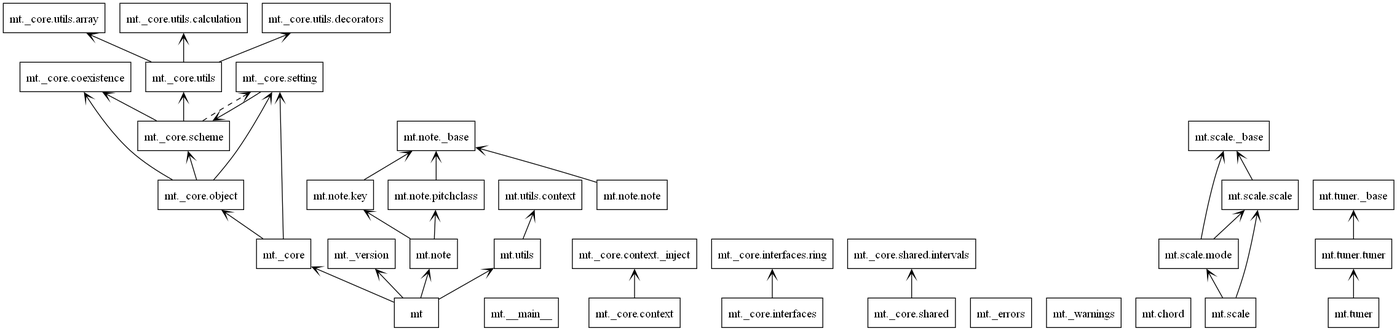
This is documents/design/class-diagram/packages.png from Oujox/aulos, a PlantUML export, as it was before one commit. Its source is kept beside it as documents/design/class-diagram/packages.puml.
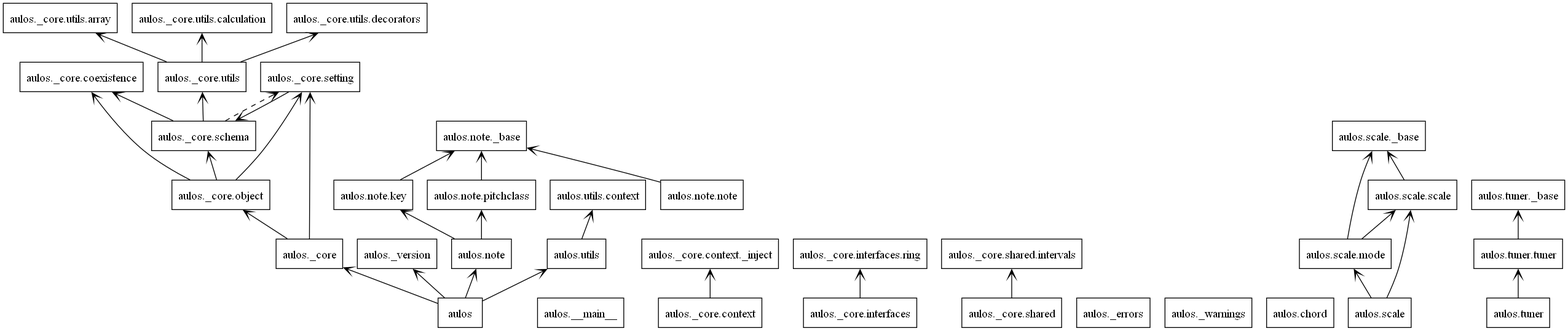
Later version of the same file.

Commit message:
class-diagram

What changed in the source:
```diff
@@ -1,105 +1,105 @@
 @startuml packages
 set namespaceSeparator none
-package "mt" as mt {
+package "aulos" as aulos {
 }
-package "mt.__main__" as mt.__main__ {
+package "aulos.__main__" as aulos.__main__ {
 }
-package "mt._core" as mt._core {
+package "aulos._core" as aulos._core {
 }
-package "mt._core.coexistence" as mt._core.coexistence {
+package "aulos._core.coexistence" as aulos._core.coexistence {
 }
-package "mt._core.context" as mt._core.context {
+package "aulos._core.context" as aulos._core.context {
 }
-package "mt._core.context._inject" as mt._core.context._inject {
+package "aulos._core.context._inject" as aulos._core.context._inject {
 }
-package "mt._core.interfaces" as mt._core.interfaces {
+package "aulos._core.interfaces" as aulos._core.interfaces {
 }
-package "mt._core.interfaces.ring" as mt._core.interfaces.ring {
+package "aulos._core.interfaces.ring" as aulos._core.interfaces.ring {
 }
-package "mt._core.object" as mt._core.object {
+package "aulos._core.object" as aulos._core.object {
 }
-package "mt._core.scheme" as mt._core.scheme {
+package "aulos._core.schema" as aulos._core.schema {
 }
-package "mt._core.setting" as mt._core.setting {
+package "aulos._core.setting" as aulos._core.setting {
 }
-package "mt._core.shared" as mt._core.shared {
+package "aulos._core.shared" as aulos._core.shared {
 }
-package "mt._core.shared.intervals" as mt._core.shared.intervals {
+package "aulos._core.shared.intervals" as aulos._core.shared.intervals {
 }
-package "mt._core.utils" as mt._core.utils {
+package "aulos._core.utils" as aulos._core.utils {
 }
-package "mt._core.utils.array" as mt._core.utils.array {
+package "aulos._core.utils.array" as aulos._core.utils.array {
 }
-package "mt._core.utils.calculation" as mt._core.utils.calculation {
+package "aulos._core.utils.calculation" as aulos._core.utils.calculation {
 }
-package "mt._core.utils.decorators" as mt._core.utils.decorators {
+package "aulos._core.utils.decorators" as aulos._core.utils.decorators {
 }
-package "mt._errors" as mt._errors {
+package "aulos._errors" as aulos._errors {
 }
-package "mt._version" as mt._version {
+package "aulos._version" as aulos._version {
 }
-package "mt._warnings" as mt._warnings {
+package "aulos._warnings" as aulos._warnings {
 }
-package "mt.chord" as mt.chord {
+package "aulos.chord" as aulos.chord {
 }
-package "mt.note" as mt.note {
+package "aulos.note" as aulos.note {
 }
-package "mt.note._base" as mt.note._base {
+package "aulos.note._base" as aulos.note._base {
 }
-package "mt.note.key" as mt.note.key {
+package "aulos.note.key" as aulos.note.key {
 }
-package "mt.note.note" as mt.note.note {
+package "aulos.note.note" as aulos.note.note {
 }
-package "mt.note.pitchclass" as mt.note.pitchclass {
+package "aulos.note.pitchclass" as aulos.note.pitchclass {
 }
-package "mt.scale" as mt.scale {
+package "aulos.scale" as aulos.scale {
 }
-package "mt.scale._base" as mt.scale._base {
+package "aulos.scale._base" as aulos.scale._base {
 }
-package "mt.scale.mode" as mt.scale.mode {
+package "aulos.scale.mode" as aulos.scale.mode {
 }
-package "mt.scale.scale" as mt.scale.scale {
+package "aulos.scale.scale" as aulos.scale.scale {
 }
-package "mt.tuner" as mt.tuner {
+package "aulos.tuner" as aulos.tuner {
 }
-package "mt.tuner._base" as mt.tuner._base {
+package "aulos.tuner._base" as aulos.tuner._base {
 }
-package "mt.tuner.tuner" as mt.tuner.tuner {
+package "aulos.tuner.tuner" as aulos.tuner.tuner {
 }
-package "mt.utils" as mt.utils {
+package "aulos.utils" as aulos.utils {
 }
-package "mt.utils.context" as mt.utils.context {
+package "aulos.utils.context" as aulos.utils.context {
 }
-mt --> mt._core
-mt --> mt._version
-mt --> mt.note
-mt --> mt.utils
-mt._core --> mt._core.object
-mt._core --> mt._core.setting
-mt._core.context --> mt._core.context._inject
-mt._core.interfaces --> mt._core.interfaces.ring
-mt._core.object --> mt._core.coexistence
-mt._core.object --> mt._core.scheme
-mt._core.object --> mt._core.setting
-mt._core.scheme --> mt._core.coexistence
-mt._core.scheme --> mt._core.utils
-mt._core.setting --> mt._core.scheme
-mt._core.shared --> mt._core.shared.intervals
-mt._core.utils --> mt._core.utils.array
-mt._core.utils --> mt._core.utils.calculation
-mt._core.utils --> mt._core.utils.decorators
-mt.note --> mt.note.key
-mt.note --> mt.note.pitchclass
-mt.note.key --> mt.note._base
-mt.note.note --> mt.note._base
-mt.note.pitchclass --> mt.note._base
-mt.scale --> mt.scale.mode
-mt.scale --> mt.scale.scale
-mt.scale.mode --> mt.scale._base
-mt.scale.mode --> mt.scale.scale
-mt.scale.scale --> mt.scale._base
-mt.tuner --> mt.tuner.tuner
-mt.tuner.tuner --> mt.tuner._base
-mt.utils --> mt.utils.context
-mt._core.scheme ..> mt._core.setting
+aulos --> aulos._core
+aulos --> aulos._version
+aulos --> aulos.note
+aulos --> aulos.utils
+aulos._core --> aulos._core.object
+aulos._core --> aulos._core.setting
+aulos._core.context --> aulos._core.context._inject
+aulos._core.interfaces --> aulos._core.interfaces.ring
+aulos._core.object --> aulos._core.coexistence
+aulos._core.object --> aulos._core.schema
+aulos._core.object --> aulos._core.setting
+aulos._core.schema --> aulos._core.coexistence
+aulos._core.schema --> aulos._core.utils
+aulos._core.setting --> aulos._core.schema
+aulos._core.shared --> aulos._core.shared.intervals
+aulos._core.utils --> aulos._core.utils.array
+aulos._core.utils --> aulos._core.utils.calculation
+aulos._core.utils --> aulos._core.utils.decorators
+aulos.note --> aulos.note.key
+aulos.note --> aulos.note.pitchclass
+aulos.note.key --> aulos.note._base
+aulos.note.note --> aulos.note._base
+aulos.note.pitchclass --> aulos.note._base
+aulos.scale --> aulos.scale.mode
+aulos.scale --> aulos.scale.scale
+aulos.scale.mode --> aulos.scale._base
+aulos.scale.mode --> aulos.scale.scale
+aulos.scale.scale --> aulos.scale._base
+aulos.tuner --> aulos.tuner.tuner
+aulos.tuner.tuner --> aulos.tuner._base
+aulos.utils --> aulos.utils.context
+aulos._core.schema ..> aulos._core.setting
 @enduml
```
